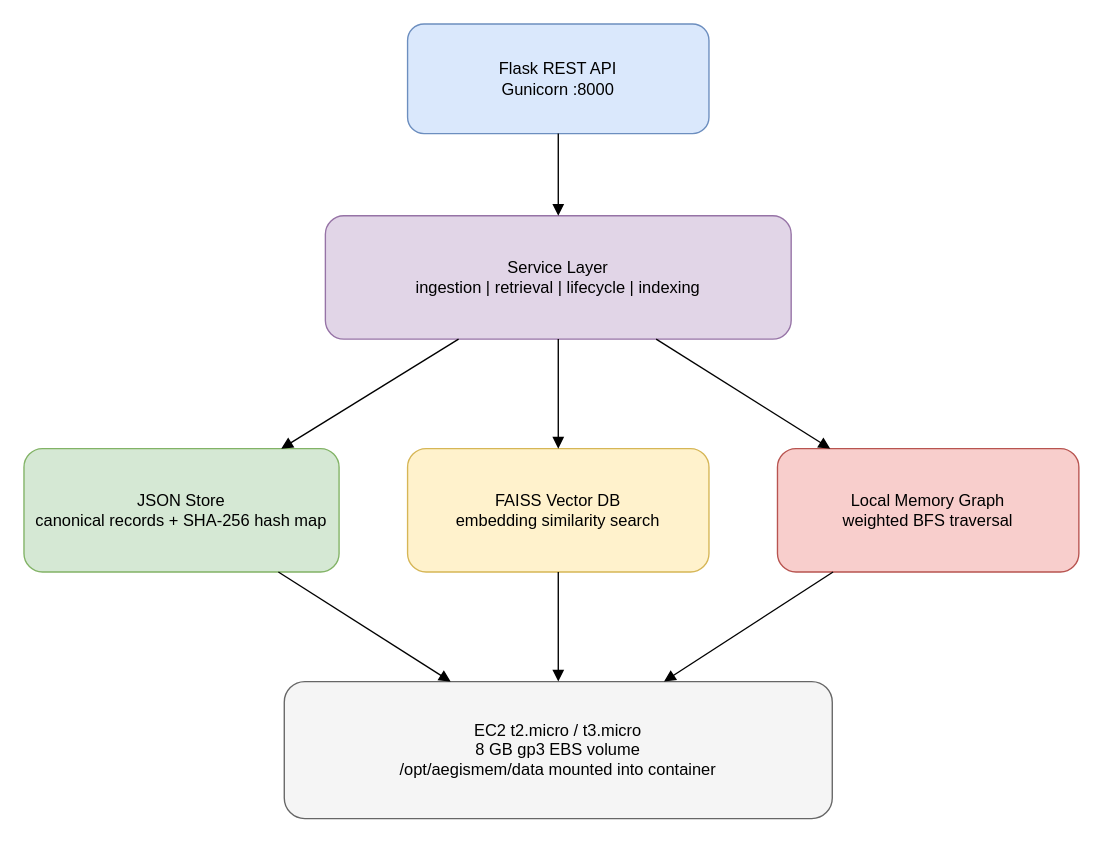
Before: architecture.drawio in Ajay-quan/AegisMem, a draw.io diagram. Source tidied: cells renumbered, new cells numbered last; positions are measured from the earlier drawing's top-left corner, leaving out a move shared by most shapes. Both pictures are drawn from the tidied source at 137%, with x=0, y=0 at pixel (23, 23).
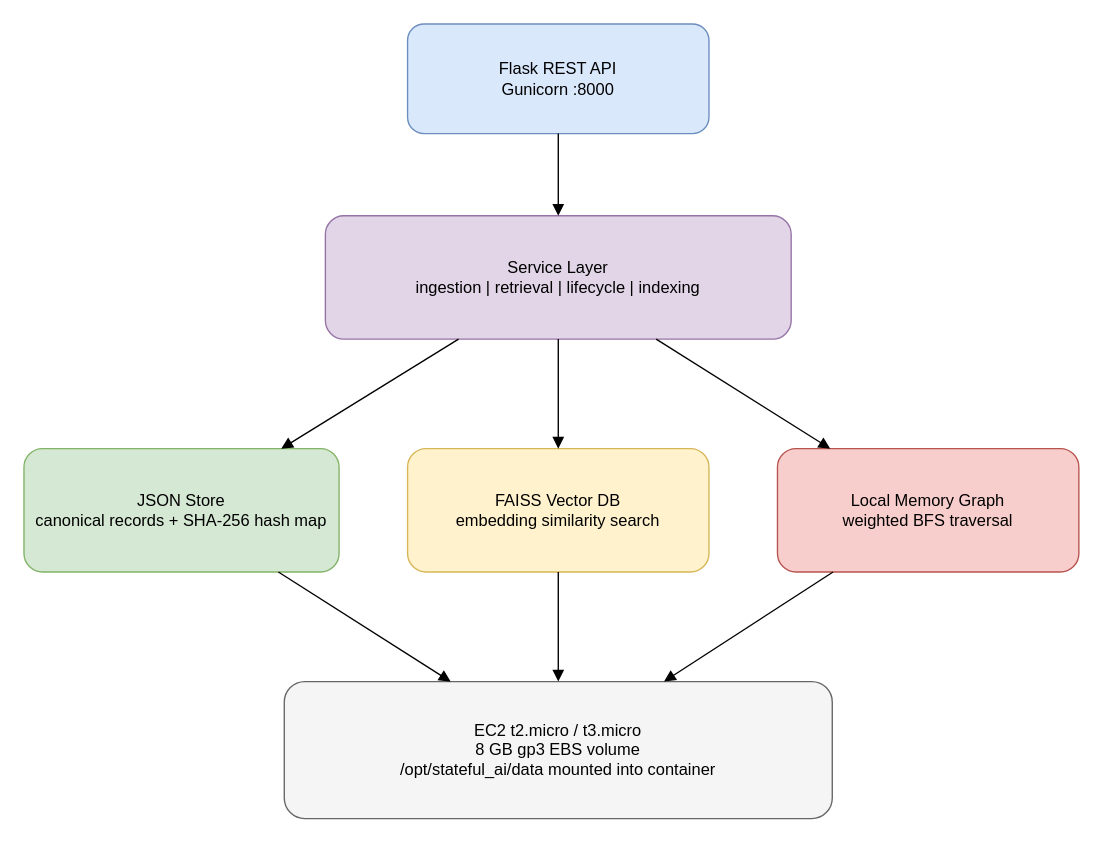
Above is the later version.

Change to the diagram source:
```diff
@@
 <mxGraphModel>
   <root>
     <mxCell id="0" />
     <mxCell id="1" parent="0" />
     <mxCell id="2" value="Flask REST API&#10;Gunicorn :8000" style="rounded=1;whiteSpace=wrap;html=1;fillColor=#dae8fc;strokeColor=#6c8ebf;" parent="1" vertex="1">
       <mxGeometry x="280" width="220" height="80" as="geometry" />
     </mxCell>
     <mxCell id="3" value="Service Layer&#10;ingestion | retrieval | lifecycle | indexing" style="rounded=1;whiteSpace=wrap;html=1;fillColor=#e1d5e7;strokeColor=#9673a6;" parent="1" vertex="1">
       <mxGeometry x="220" y="140" width="340" height="90" as="geometry" />
     </mxCell>
     <mxCell id="4" value="JSON Store&#10;canonical records + SHA-256 hash map" style="rounded=1;whiteSpace=wrap;html=1;fillColor=#d5e8d4;strokeColor=#82b366;" parent="1" vertex="1">
       <mxGeometry y="310" width="230" height="90" as="geometry" />
     </mxCell>
     <mxCell id="5" value="FAISS Vector DB&#10;embedding similarity search" style="rounded=1;whiteSpace=wrap;html=1;fillColor=#fff2cc;strokeColor=#d6b656;" parent="1" vertex="1">
       <mxGeometry x="280" y="310" width="220" height="90" as="geometry" />
     </mxCell>
     <mxCell id="6" value="Local Memory Graph&#10;weighted BFS traversal" style="rounded=1;whiteSpace=wrap;html=1;fillColor=#f8cecc;strokeColor=#b85450;" parent="1" vertex="1">
       <mxGeometry x="550" y="310" width="220" height="90" as="geometry" />
     </mxCell>
-    <mxCell id="7" value="EC2 t2.micro / t3.micro&#10;8 GB gp3 EBS volume&#10;/opt/aegismem/data mounted into container" style="rounded=1;whiteSpace=wrap;html=1;fillColor=#f5f5f5;strokeColor=#666666;" parent="1" vertex="1">
+    <mxCell id="7" value="EC2 t2.micro / t3.micro&#10;8 GB gp3 EBS volume&#10;/opt/stateful_ai/data mounted into container" style="rounded=1;whiteSpace=wrap;html=1;fillColor=#f5f5f5;strokeColor=#666666;" parent="1" vertex="1">
       <mxGeometry x="190" y="480" width="400" height="100" as="geometry" />
     </mxCell>
     <mxCell id="8" style="endArrow=block;html=1;" parent="1" edge="1" source="2" target="3">
       <mxGeometry relative="1" as="geometry" />
     </mxCell>
     <mxCell id="9" style="endArrow=block;html=1;" parent="1" edge="1" source="3" target="4">
       <mxGeometry relative="1" as="geometry" />
     </mxCell>
     <mxCell id="10" style="endArrow=block;html=1;" parent="1" edge="1" source="3" target="5">
       <mxGeometry relative="1" as="geometry" />
     </mxCell>
     <mxCell id="11" style="endArrow=block;html=1;" parent="1" edge="1" source="3" target="6">
       <mxGeometry relative="1" as="geometry" />
     </mxCell>
     <mxCell id="12" style="endArrow=block;html=1;" parent="1" edge="1" source="4" target="7">
       <mxGeometry relative="1" as="geometry" />
     </mxCell>
     <mxCell id="13" style="endArrow=block;html=1;" parent="1" edge="1" source="5" target="7">
       <mxGeometry relative="1" as="geometry" />
     </mxCell>
     <mxCell id="14" style="endArrow=block;html=1;" parent="1" edge="1" source="6" target="7">
       <mxGeometry relative="1" as="geometry" />
     </mxCell>
   </root>
 </mxGraphModel>
```
